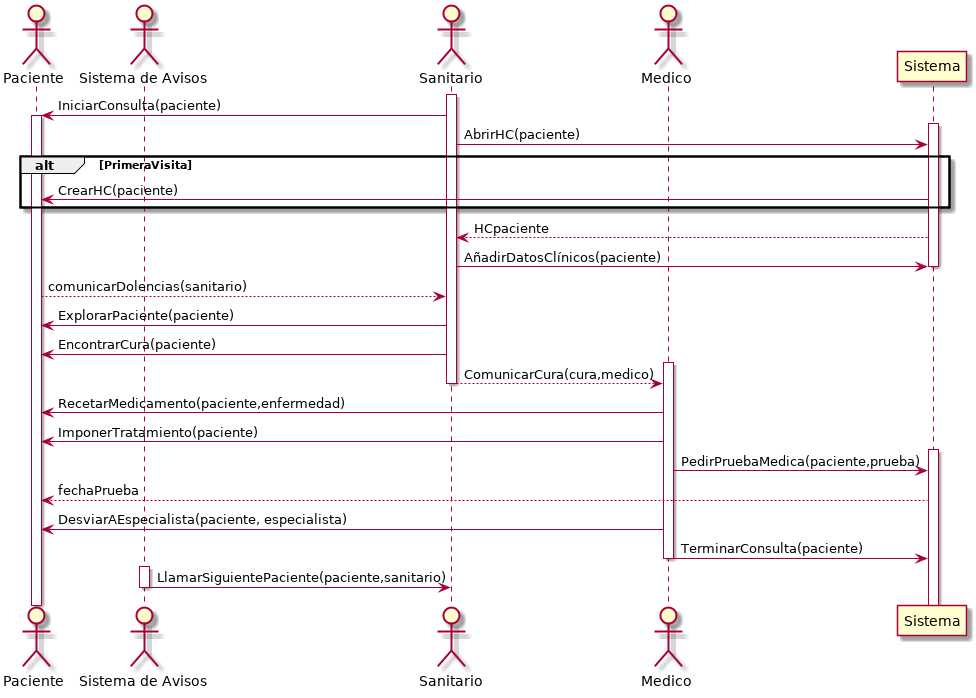
This is P3/Consulta.png from Ludvins/DGIIM_FIS, a PlantUML export, as it was before one commit.
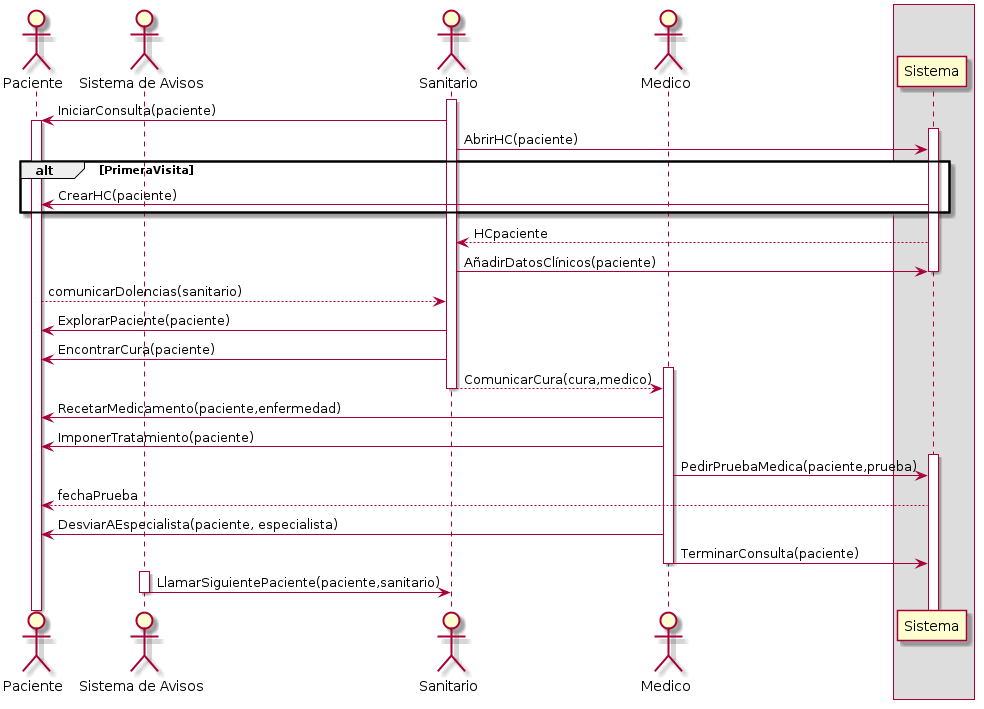
Above is the later version.

Change to the diagram source:
```diff
@@ -5,8 +5,9 @@
 actor "Sistema de Avisos" as SA
 actor Sanitario as Sa
 actor Medico as M
+box
 participant Sistema as Sis
-
+endbox
 
 activate Sa
 Sa -> P :  IniciarConsulta(paciente)
```
